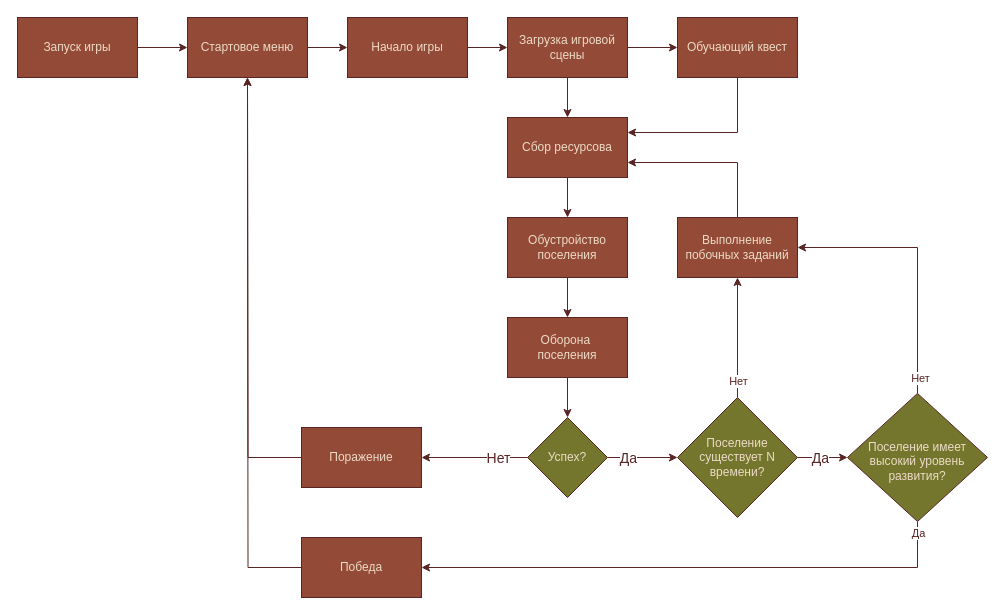
Above: Цикл Опушка (1).drawio in DimAlus/diagrams (draw.io), before the change. Source tidied: cells renumbered, new cells numbered last; positions are measured from the earlier drawing's top-left corner, leaving out a move shared by most shapes. Both pictures are drawn from the tidied source at 100%, with x=0, y=0 at pixel (17, 17).
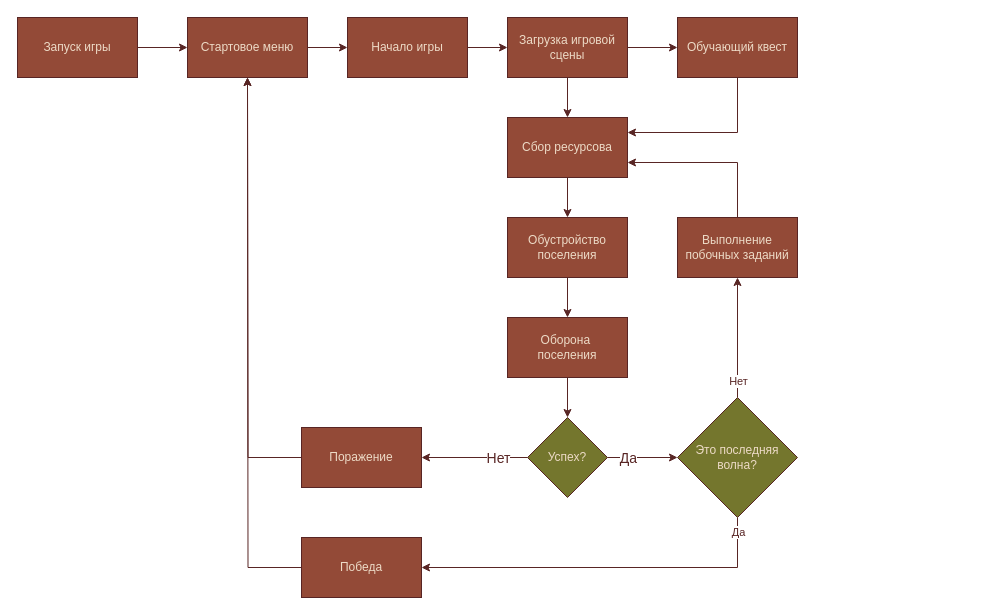
After the change.

Unchanged cells that the change refers to:
```xml
<mxCell id="20" value="Победа" style="rounded=0;whiteSpace=wrap;html=1;strokeColor=#582524;fontColor=#EDDBC7;fillColor=#934A37;" parent="1" vertex="1">
  <mxGeometry x="284" y="520" width="120" height="60" as="geometry" />
</mxCell>
<mxCell id="22" value="Выполнение побочных заданий" style="rounded=0;whiteSpace=wrap;html=1;strokeColor=#582524;fontColor=#EDDBC7;fillColor=#934A37;" parent="1" vertex="1">
  <mxGeometry x="660" y="200" width="120" height="60" as="geometry" />
</mxCell>
<mxCell id="24" style="edgeStyle=orthogonalEdgeStyle;rounded=0;jettySize=auto;html=1;entryX=0;entryY=0.5;entryDx=0;entryDy=0;strokeColor=#582524;" parent="1" edge="1" source="26" target="31">
  <mxGeometry relative="1" as="geometry" />
</mxCell>
```

Diff of the diagram source:
```diff
@@
-    <mxCell id="25" value="&lt;font style=&quot;font-size: 14px;&quot;&gt;Да&lt;/font&gt;" style="edgeLabel;html=1;align=center;verticalAlign=middle;fontColor=#582524;labelBackgroundColor=default;" parent="24" vertex="1">
+    <mxCell id="25" value="&lt;font style=&quot;font-size: 14px;&quot;&gt;Да&lt;/font&gt;" style="edgeLabel;html=1;align=center;verticalAlign=middle;fontColor=#582524;labelBackgroundColor=default;fontStyle=0;" parent="24" vertex="1">
       <mxGeometry x="-0.09" y="3" relative="1" as="geometry">
         <mxPoint x="-12" y="3" as="offset" />
       </mxGeometry>
     </mxCell>
@@
-    <mxCell id="27" style="edgeStyle=orthogonalEdgeStyle;rounded=0;jettySize=auto;html=1;strokeColor=#582524;" parent="1" edge="1" source="31" target="36">
-      <mxGeometry relative="1" as="geometry" />
-    </mxCell>
-    <mxCell id="28" value="&lt;font style=&quot;font-size: 14px;&quot;&gt;Да&lt;/font&gt;" style="edgeLabel;html=1;align=center;verticalAlign=middle;fontColor=#582524;labelBackgroundColor=default;" parent="27" vertex="1">
-      <mxGeometry x="-0.12" y="-2" relative="1" as="geometry">
-        <mxPoint y="-2" as="offset" />
-      </mxGeometry>
-    </mxCell>
@@
-    <mxCell id="31" value="Поселение существует N времени?" style="rhombus;whiteSpace=wrap;html=1;strokeColor=#582524;fontColor=#EDDBC7;fillColor=#74762D;" parent="1" vertex="1">
+    <mxCell id="31" value="Это последняя волна?" style="rhombus;whiteSpace=wrap;html=1;strokeColor=#582524;fontColor=#EDDBC7;fillColor=#74762D;" parent="1" vertex="1">
       <mxGeometry x="660" y="380" width="120" height="120" as="geometry" />
     </mxCell>
-    <mxCell id="32" style="edgeStyle=orthogonalEdgeStyle;rounded=0;jettySize=auto;html=1;entryX=1;entryY=0.5;entryDx=0;entryDy=0;exitX=0.5;exitY=0;exitDx=0;exitDy=0;strokeColor=#582524;" parent="1" edge="1" source="36" target="22">
-      <mxGeometry relative="1" as="geometry" />
-    </mxCell>
-    <mxCell id="33" value="Нет" style="edgeLabel;html=1;align=center;verticalAlign=middle;fontColor=#582524;labelBackgroundColor=default;" parent="32" vertex="1">
-      <mxGeometry x="-0.89" y="-2" relative="1" as="geometry" />
-    </mxCell>
-    <mxCell id="34" style="edgeStyle=orthogonalEdgeStyle;rounded=0;jettySize=auto;html=1;entryX=1;entryY=0.5;entryDx=0;entryDy=0;exitX=0.5;exitY=1;exitDx=0;exitDy=0;strokeColor=#582524;" parent="1" edge="1" source="36" target="20">
+    <mxCell id="34" style="edgeStyle=orthogonalEdgeStyle;rounded=0;jettySize=auto;html=1;entryX=1;entryY=0.5;entryDx=0;entryDy=0;exitX=0.5;exitY=1;exitDx=0;exitDy=0;strokeColor=#582524;" parent="1" edge="1" source="31" target="20">
       <mxGeometry relative="1" as="geometry" />
     </mxCell>
-    <mxCell id="35" value="Да" style="edgeLabel;html=1;align=center;verticalAlign=middle;fontColor=#582524;labelBackgroundColor=default;" parent="34" vertex="1">
-      <mxGeometry x="-0.93" relative="1" as="geometry">
+    <mxCell id="35" value="Да" style="edgeLabel;html=1;align=center;verticalAlign=middle;fontColor=#582524;labelBackgroundColor=default;fontSize=11;" parent="34" vertex="1">
+      <mxGeometry x="-0.88" relative="1" as="geometry">
         <mxPoint y="-8" as="offset" />
       </mxGeometry>
     </mxCell>
-    <mxCell id="36" value="Поселение имеет высокий уровень развития?" style="rhombus;whiteSpace=wrap;html=1;spacingTop=8;strokeColor=#582524;fontColor=#EDDBC7;fillColor=#74762D;" parent="1" vertex="1">
-      <mxGeometry x="830" y="375.9" width="140" height="128.1" as="geometry" />
-    </mxCell>
```
